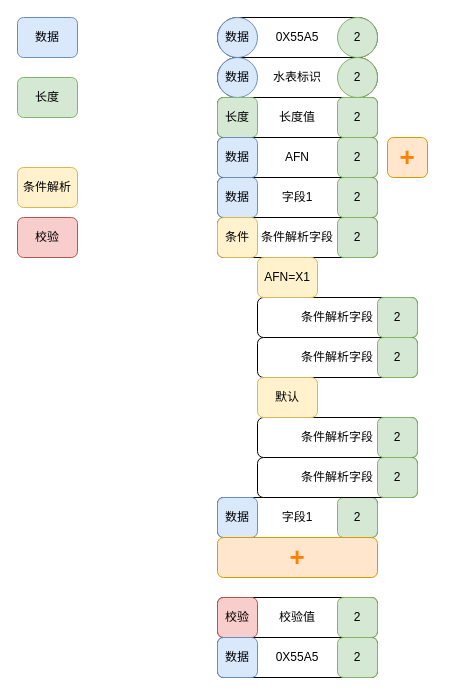
This is 未命名绘图.drawio from vihunk/appsmith, a draw.io file, before an edit. Source tidied: cells renumbered, new cells numbered last; positions are measured from the earlier drawing's top-left corner, leaving out a move shared by most shapes. Both pictures are drawn from the tidied source at 100%, with x=0, y=0 at pixel (17, 17).
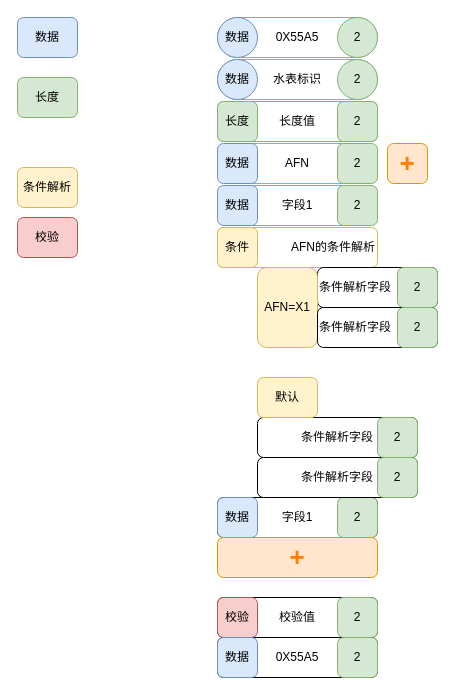
After the change.

Commit message (it also covers changes not shown here):
更新未命名绘图.drawio

What changed in the source:
```diff
@@
-    <mxCell id="2" value="0X55A5" style="rounded=1;whiteSpace=wrap;html=1;arcSize=50;fontStyle=0;" parent="1" vertex="1">
+    <mxCell id="2" value="0X55A5" style="rounded=1;whiteSpace=wrap;html=1;arcSize=50;fontStyle=0;strokeColor=#66B2FF;" parent="1" vertex="1">
       <mxGeometry x="200" width="160" height="40" as="geometry" />
     </mxCell>
@@
-    <mxCell id="6" value="水表标识" style="rounded=1;whiteSpace=wrap;html=1;arcSize=50;" parent="1" vertex="1">
-      <mxGeometry x="200" y="40" width="160" height="40" as="geometry" />
+    <mxCell id="6" value="水表标识" style="rounded=1;whiteSpace=wrap;html=1;arcSize=50;strokeColor=#66B2FF;fontStyle=0;" parent="1" vertex="1">
+      <mxGeometry x="200" y="42" width="160" height="40" as="geometry" />
     </mxCell>
     <mxCell id="7" value="数据" style="rounded=1;whiteSpace=wrap;html=1;fillColor=#dae8fc;strokeColor=#6c8ebf;arcSize=50;" parent="1" vertex="1">
-      <mxGeometry x="200" y="40" width="40" height="40" as="geometry" />
+      <mxGeometry x="200" y="42" width="40" height="40" as="geometry" />
     </mxCell>
     <mxCell id="8" value="2" style="rounded=1;whiteSpace=wrap;html=1;fillColor=#d5e8d4;strokeColor=#82b366;arcSize=50;" parent="1" vertex="1">
-      <mxGeometry x="320" y="40" width="40" height="40" as="geometry" />
+      <mxGeometry x="320" y="42" width="40" height="40" as="geometry" />
     </mxCell>
-    <mxCell id="9" value="长度值" style="rounded=1;whiteSpace=wrap;html=1;" parent="1" vertex="1">
-      <mxGeometry x="200" y="80" width="160" height="40" as="geometry" />
+    <mxCell id="9" value="长度值" style="rounded=1;whiteSpace=wrap;html=1;fillColor=none;strokeColor=#82b366;" parent="1" vertex="1">
+      <mxGeometry x="200" y="84" width="160" height="40" as="geometry" />
     </mxCell>
     <mxCell id="10" value="长度" style="rounded=1;whiteSpace=wrap;html=1;fillColor=#d5e8d4;strokeColor=#82b366;" parent="1" vertex="1">
-      <mxGeometry x="200" y="80" width="40" height="40" as="geometry" />
+      <mxGeometry x="200" y="84" width="40" height="40" as="geometry" />
     </mxCell>
     <mxCell id="11" value="2" style="rounded=1;whiteSpace=wrap;html=1;fillColor=#d5e8d4;strokeColor=#82b366;" parent="1" vertex="1">
-      <mxGeometry x="320" y="80" width="40" height="40" as="geometry" />
+      <mxGeometry x="320" y="84" width="40" height="40" as="geometry" />
     </mxCell>
-    <mxCell id="12" value="AFN" style="rounded=1;whiteSpace=wrap;html=1;" parent="1" vertex="1">
-      <mxGeometry x="200" y="120" width="160" height="40" as="geometry" />
+    <mxCell id="12" value="AFN" style="rounded=1;whiteSpace=wrap;html=1;strokeColor=#66B2FF;arcSize=50;fontStyle=0;" parent="1" vertex="1">
+      <mxGeometry x="200" y="126" width="160" height="40" as="geometry" />
     </mxCell>
     <mxCell id="13" value="数据" style="rounded=1;whiteSpace=wrap;html=1;fillColor=#dae8fc;strokeColor=#6c8ebf;" parent="1" vertex="1">
-      <mxGeometry x="200" y="120" width="40" height="40" as="geometry" />
+      <mxGeometry x="200" y="126" width="40" height="40" as="geometry" />
     </mxCell>
     <mxCell id="14" value="2" style="rounded=1;whiteSpace=wrap;html=1;fillColor=#d5e8d4;strokeColor=#82b366;" parent="1" vertex="1">
-      <mxGeometry x="320" y="120" width="40" height="40" as="geometry" />
+      <mxGeometry x="320" y="126" width="40" height="40" as="geometry" />
     </mxCell>
-    <mxCell id="15" value="字段1" style="rounded=1;whiteSpace=wrap;html=1;" parent="1" vertex="1">
-      <mxGeometry x="200" y="160" width="160" height="40" as="geometry" />
+    <mxCell id="15" value="字段1" style="rounded=1;whiteSpace=wrap;html=1;strokeColor=#66B2FF;arcSize=50;fontStyle=0;" parent="1" vertex="1">
+      <mxGeometry x="200" y="168" width="160" height="40" as="geometry" />
     </mxCell>
     <mxCell id="16" value="数据" style="rounded=1;whiteSpace=wrap;html=1;fillColor=#dae8fc;strokeColor=#6c8ebf;" parent="1" vertex="1">
-      <mxGeometry x="200" y="160" width="40" height="40" as="geometry" />
+      <mxGeometry x="200" y="168" width="40" height="40" as="geometry" />
     </mxCell>
     <mxCell id="17" value="2" style="rounded=1;whiteSpace=wrap;html=1;fillColor=#d5e8d4;strokeColor=#82b366;" parent="1" vertex="1">
-      <mxGeometry x="320" y="160" width="40" height="40" as="geometry" />
+      <mxGeometry x="320" y="168" width="40" height="40" as="geometry" />
     </mxCell>
@@
-    <mxCell id="19" value="条件解析字段" style="rounded=1;whiteSpace=wrap;html=1;" parent="1" vertex="1">
-      <mxGeometry x="200" y="200" width="160" height="40" as="geometry" />
+    <mxCell id="19" value="AFN的条件解析" style="rounded=1;whiteSpace=wrap;html=1;fillColor=none;strokeColor=#d6b656;align=right;" parent="1" vertex="1">
+      <mxGeometry x="200" y="210" width="160" height="40" as="geometry" />
     </mxCell>
     <mxCell id="20" value="条件" style="rounded=1;whiteSpace=wrap;html=1;fillColor=#fff2cc;strokeColor=#d6b656;" parent="1" vertex="1">
-      <mxGeometry x="200" y="200" width="40" height="40" as="geometry" />
+      <mxGeometry x="200" y="210" width="40" height="40" as="geometry" />
     </mxCell>
-    <mxCell id="21" value="2" style="rounded=1;whiteSpace=wrap;html=1;fillColor=#d5e8d4;strokeColor=#82b366;" parent="1" vertex="1">
-      <mxGeometry x="320" y="200" width="40" height="40" as="geometry" />
-    </mxCell>
@@
     <mxCell id="26" value="+" style="rounded=1;whiteSpace=wrap;html=1;fillColor=#ffe6cc;strokeColor=#d79b00;fontSize=26;fontStyle=1;fontColor=#FF8000;" parent="1" vertex="1">
-      <mxGeometry x="370" y="120" width="40" height="40" as="geometry" />
+      <mxGeometry x="370" y="126" width="40" height="40" as="geometry" />
     </mxCell>
@@
-    <mxCell id="35" value="条件解析字段" style="rounded=1;whiteSpace=wrap;html=1;" parent="1" vertex="1">
-      <mxGeometry x="240" y="280" width="160" height="40" as="geometry" />
+    <mxCell id="35" value="条件解析字段" style="rounded=1;whiteSpace=wrap;html=1;align=left;" parent="1" vertex="1">
+      <mxGeometry x="300" y="250" width="120" height="40" as="geometry" />
     </mxCell>
     <mxCell id="36" value="AFN=X1" style="rounded=1;whiteSpace=wrap;html=1;fillColor=#fff2cc;strokeColor=#d6b656;" parent="1" vertex="1">
-      <mxGeometry x="240" y="240" width="60" height="40" as="geometry" />
+      <mxGeometry x="240" y="250" width="60" height="80" as="geometry" />
     </mxCell>
     <mxCell id="37" value="2" style="rounded=1;whiteSpace=wrap;html=1;fillColor=#d5e8d4;strokeColor=#82b366;" parent="1" vertex="1">
-      <mxGeometry x="360" y="280" width="40" height="40" as="geometry" />
+      <mxGeometry x="380" y="250" width="40" height="40" as="geometry" />
     </mxCell>
-    <mxCell id="38" value="条件解析字段" style="rounded=1;whiteSpace=wrap;html=1;" parent="1" vertex="1">
-      <mxGeometry x="240" y="320" width="160" height="40" as="geometry" />
+    <mxCell id="38" value="条件解析字段" style="rounded=1;whiteSpace=wrap;html=1;align=left;" parent="1" vertex="1">
+      <mxGeometry x="300" y="290" width="120" height="40" as="geometry" />
     </mxCell>
     <mxCell id="39" value="2" style="rounded=1;whiteSpace=wrap;html=1;fillColor=#d5e8d4;strokeColor=#82b366;" parent="1" vertex="1">
-      <mxGeometry x="360" y="320" width="40" height="40" as="geometry" />
+      <mxGeometry x="380" y="290" width="40" height="40" as="geometry" />
     </mxCell>
```
